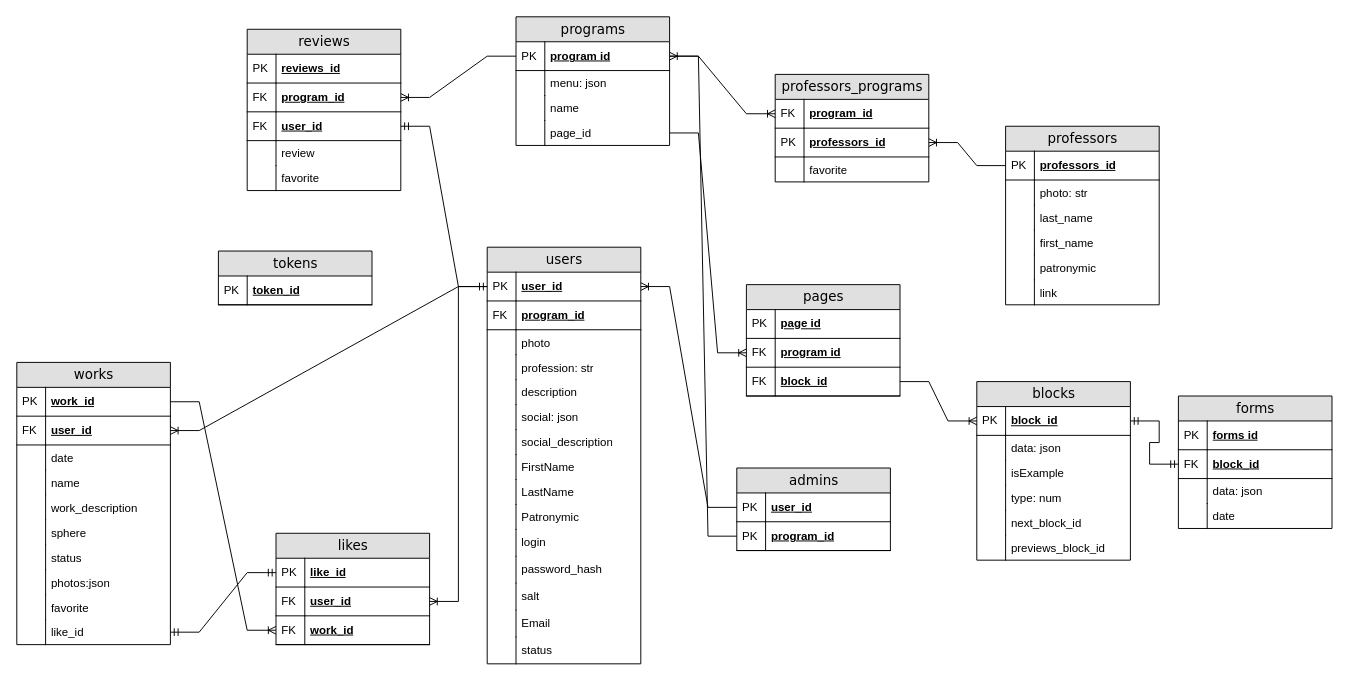
Before: Диаграмма без названия.drawio in HerzenStudents-ITxD/lending-skills-frontend-docs-2025s, a draw.io diagram. Source tidied: cells renumbered, new cells numbered last; positions are measured from the earlier drawing's top-left corner, leaving out a move shared by most shapes. Both pictures are drawn from the tidied source at 96%, with x=0, y=0 at pixel (16, 16).
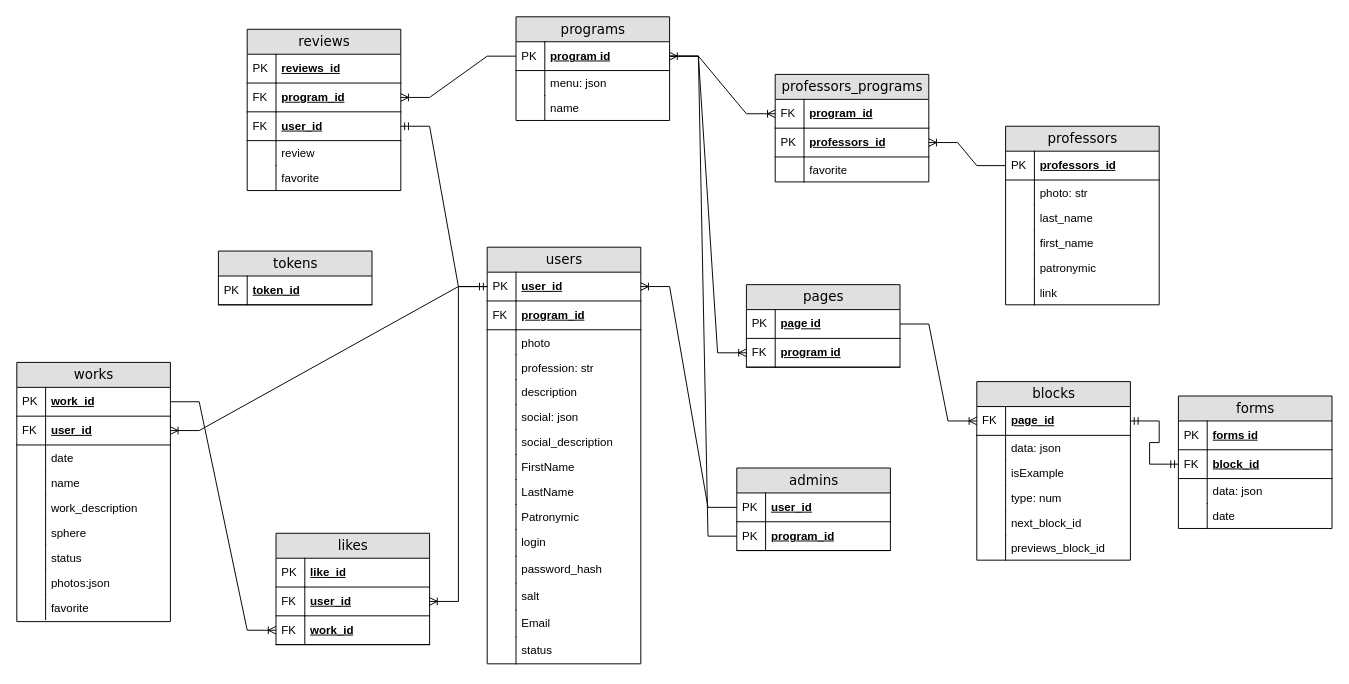
The same diagram, later.

Unchanged cells that the change refers to:
```xml
<mxCell id="3" value="program id" style="shape=partialRectangle;top=0;left=0;right=0;bottom=1;html=1;align=left;verticalAlign=middle;fillColor=none;spacingLeft=34;spacingRight=4;whiteSpace=wrap;overflow=hidden;points=[[0,0.5],[1,0.5]];portConstraint=eastwest;fontStyle=5;" parent="2" vertex="1">
  <mxGeometry y="26" width="160" height="30" as="geometry" />
</mxCell>
<mxCell id="45" value="page id" style="shape=partialRectangle;top=0;left=0;right=0;bottom=1;html=1;align=left;verticalAlign=middle;fillColor=none;spacingLeft=34;spacingRight=4;whiteSpace=wrap;overflow=hidden;points=[[0,0.5],[1,0.5]];portConstraint=eastwest;fontStyle=5;" parent="44" vertex="1">
  <mxGeometry y="26" width="160" height="30" as="geometry" />
</mxCell>
<mxCell id="47" value="program id" style="shape=partialRectangle;top=0;left=0;right=0;bottom=1;html=1;align=left;verticalAlign=middle;fillColor=none;spacingLeft=34;spacingRight=4;whiteSpace=wrap;overflow=hidden;points=[[0,0.5],[1,0.5]];portConstraint=eastwest;fontStyle=5;" parent="44" vertex="1">
  <mxGeometry y="56" width="160" height="30" as="geometry" />
</mxCell>
<mxCell id="51" value="blocks" style="swimlane;html=1;fontStyle=0;horizontal=1;startSize=26;fillColor=#e0e0e0;swimlaneFillColor=#ffffff;align=center;rounded=0;shadow=0;comic=0;labelBackgroundColor=none;strokeWidth=1;fontFamily=Verdana;fontSize=14;" parent="1" vertex="1">
  <mxGeometry x="1000" y="380" width="160" height="186" as="geometry" />
</mxCell>
<mxCell id="130" value="like_id" style="shape=partialRectangle;top=0;left=0;right=0;bottom=1;html=1;align=left;verticalAlign=middle;fillColor=none;spacingLeft=34;spacingRight=4;whiteSpace=wrap;overflow=hidden;points=[[0,0.5],[1,0.5]];portConstraint=eastwest;fontStyle=5;" parent="129" vertex="1">
  <mxGeometry y="26" width="160" height="30" as="geometry" />
</mxCell>
```

Change to the diagram source:
```diff
@@
     <mxCell id="2" value="programs" style="swimlane;html=1;fontStyle=0;horizontal=1;startSize=26;fillColor=#e0e0e0;swimlaneFillColor=#ffffff;align=center;rounded=0;shadow=0;comic=0;labelBackgroundColor=none;strokeWidth=1;fontFamily=Verdana;fontSize=14;" parent="1" vertex="1">
-      <mxGeometry x="520" width="160" height="134" as="geometry" />
+      <mxGeometry x="520" width="160" height="108" as="geometry" />
     </mxCell>
@@
-    <mxCell id="9" value="page_id" style="shape=partialRectangle;top=0;left=0;right=0;bottom=0;html=1;align=left;verticalAlign=top;fillColor=none;spacingLeft=34;spacingRight=4;whiteSpace=wrap;overflow=hidden;points=[[0,0.5],[1,0.5]];portConstraint=eastwest;" parent="2" vertex="1">
-      <mxGeometry y="108" width="160" height="26" as="geometry" />
-    </mxCell>
-    <mxCell id="10" style="shape=partialRectangle;top=0;left=0;bottom=0;html=1;fillColor=none;align=left;verticalAlign=top;spacingLeft=4;spacingRight=4;whiteSpace=wrap;overflow=hidden;" parent="9" vertex="1">
-      <mxGeometry width="30" height="26" as="geometry" />
-    </mxCell>
@@
     <mxCell id="44" value="pages" style="swimlane;html=1;fontStyle=0;horizontal=1;startSize=26;fillColor=#e0e0e0;swimlaneFillColor=#ffffff;align=center;rounded=0;shadow=0;comic=0;labelBackgroundColor=none;strokeWidth=1;fontFamily=Verdana;fontSize=14;" parent="1" vertex="1">
-      <mxGeometry x="760" y="279" width="160" height="116" as="geometry" />
+      <mxGeometry x="760" y="279" width="160" height="86" as="geometry" />
     </mxCell>
@@
-    <mxCell id="49" value="block_id" style="shape=partialRectangle;top=0;left=0;right=0;bottom=1;html=1;align=left;verticalAlign=middle;fillColor=none;spacingLeft=34;spacingRight=4;whiteSpace=wrap;overflow=hidden;points=[[0,0.5],[1,0.5]];portConstraint=eastwest;fontStyle=5;" parent="44" vertex="1">
-      <mxGeometry y="86" width="160" height="30" as="geometry" />
-    </mxCell>
-    <mxCell id="50" value="FK" style="shape=partialRectangle;top=0;left=0;bottom=0;html=1;fillColor=none;align=left;verticalAlign=middle;spacingLeft=4;spacingRight=4;whiteSpace=wrap;overflow=hidden;" parent="49" vertex="1">
-      <mxGeometry width="30" height="30" as="geometry" />
-    </mxCell>
@@
-    <mxCell id="52" value="block_id" style="shape=partialRectangle;top=0;left=0;right=0;bottom=1;html=1;align=left;verticalAlign=middle;fillColor=none;spacingLeft=34;spacingRight=4;whiteSpace=wrap;overflow=hidden;points=[[0,0.5],[1,0.5]];portConstraint=eastwest;fontStyle=5;" parent="51" vertex="1">
+    <mxCell id="52" value="page_id" style="shape=partialRectangle;top=0;left=0;right=0;bottom=1;html=1;align=left;verticalAlign=middle;fillColor=none;spacingLeft=34;spacingRight=4;whiteSpace=wrap;overflow=hidden;points=[[0,0.5],[1,0.5]];portConstraint=eastwest;fontStyle=5;" parent="51" vertex="1">
       <mxGeometry y="26" width="160" height="30" as="geometry" />
     </mxCell>
-    <mxCell id="53" value="PK" style="shape=partialRectangle;top=0;left=0;bottom=0;html=1;fillColor=none;align=left;verticalAlign=middle;spacingLeft=4;spacingRight=4;whiteSpace=wrap;overflow=hidden;" parent="52" vertex="1">
+    <mxCell id="53" value="FK" style="shape=partialRectangle;top=0;left=0;bottom=0;html=1;fillColor=none;align=left;verticalAlign=middle;spacingLeft=4;spacingRight=4;whiteSpace=wrap;overflow=hidden;" parent="52" vertex="1">
       <mxGeometry width="30" height="30" as="geometry" />
     </mxCell>
@@
-    <mxCell id="64" style="edgeStyle=entityRelationEdgeStyle;fontSize=12;html=1;endArrow=ERoneToMany;rounded=0;" parent="1" edge="1" source="9" target="47">
+    <mxCell id="64" style="edgeStyle=entityRelationEdgeStyle;fontSize=12;html=1;endArrow=ERoneToMany;rounded=0;exitX=1;exitY=0.5;exitDx=0;exitDy=0;" parent="1" edge="1" source="3" target="47">
       <mxGeometry relative="1" as="geometry" />
     </mxCell>
-    <mxCell id="65" style="edgeStyle=entityRelationEdgeStyle;fontSize=12;html=1;endArrow=ERoneToMany;rounded=0;" parent="1" edge="1" source="49" target="52">
+    <mxCell id="65" style="edgeStyle=entityRelationEdgeStyle;fontSize=12;html=1;endArrow=ERoneToMany;rounded=0;exitX=1;exitY=0.5;exitDx=0;exitDy=0;" parent="1" edge="1" source="45" target="52">
       <mxGeometry relative="1" as="geometry" />
     </mxCell>
@@
     <mxCell id="102" value="works" style="swimlane;html=1;fontStyle=0;horizontal=1;startSize=26;fillColor=#e0e0e0;swimlaneFillColor=#ffffff;align=center;rounded=0;shadow=0;comic=0;labelBackgroundColor=none;strokeWidth=1;fontFamily=Verdana;fontSize=14;" parent="1" vertex="1">
-      <mxGeometry y="360" width="160" height="294" as="geometry" />
+      <mxGeometry y="360" width="160" height="270" as="geometry" />
     </mxCell>
@@
-    <mxCell id="121" value="&lt;div&gt;like_id&lt;/div&gt;" style="shape=partialRectangle;top=0;left=0;right=0;bottom=0;html=1;align=left;verticalAlign=top;fillColor=none;spacingLeft=34;spacingRight=4;whiteSpace=wrap;overflow=hidden;points=[[0,0.5],[1,0.5]];portConstraint=eastwest;" parent="102" vertex="1">
-      <mxGeometry y="268" width="160" height="26" as="geometry" />
-    </mxCell>
-    <mxCell id="122" style="shape=partialRectangle;top=0;left=0;bottom=0;html=1;fillColor=none;align=left;verticalAlign=top;spacingLeft=4;spacingRight=4;whiteSpace=wrap;overflow=hidden;" parent="121" vertex="1">
-      <mxGeometry width="30" height="26" as="geometry" />
-    </mxCell>
@@
-    <mxCell id="137" style="edgeStyle=entityRelationEdgeStyle;fontSize=12;html=1;endArrow=ERmandOne;startArrow=ERmandOne;rounded=0;exitX=1;exitY=0.5;exitDx=0;exitDy=0;entryX=0;entryY=0.5;entryDx=0;entryDy=0;" parent="1" edge="1" source="121" target="130">
-      <mxGeometry relative="1" as="geometry" />
-    </mxCell>
```
